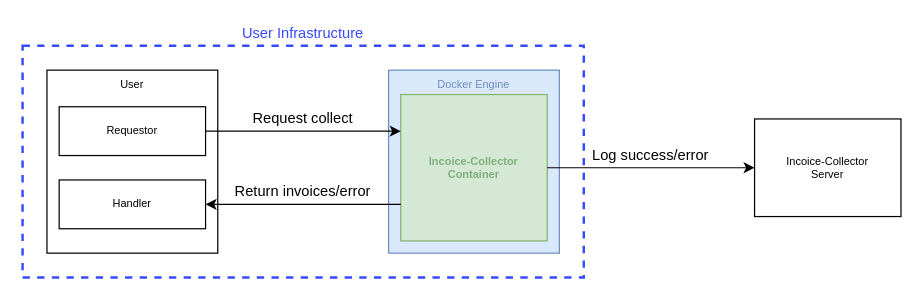
This is docs/docs/sequence_diagram/infra.drawio from invoice-collector/website, a draw.io file, before an edit. Source tidied: cells renumbered, new cells numbered last; positions are measured from the earlier drawing's top-left corner, leaving out a move shared by most shapes. Both pictures are drawn from the tidied source at 122%, with x=0, y=0 at pixel (22, 21).
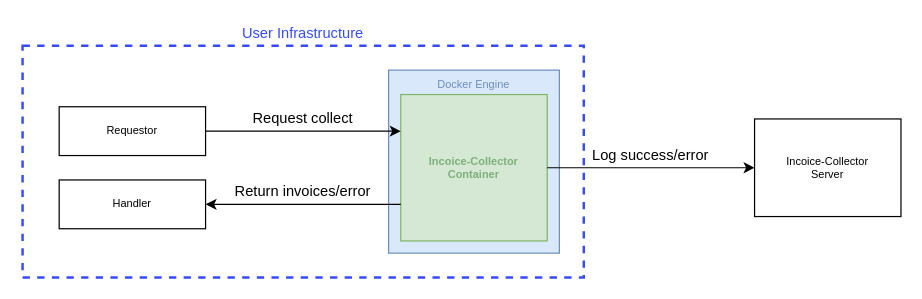
The same diagram, later.

Change to the diagram source:
```diff
@@
 <mxGraphModel>
   <root>
     <mxCell id="0" />
     <mxCell id="1" parent="0" />
     <mxCell id="2" style="whiteSpace=wrap;html=1;fillColor=none;strokeColor=#364AFF;rounded=0;arcSize=8;dashed=1;strokeWidth=2;" parent="1" vertex="1">
       <mxGeometry y="20" width="460" height="190" as="geometry" />
     </mxCell>
-    <mxCell id="3" value="User" style="rounded=0;whiteSpace=wrap;html=1;fontSize=9;verticalAlign=top;" parent="1" vertex="1">
-      <mxGeometry x="20" y="40" width="140" height="150" as="geometry" />
-    </mxCell>
     <mxCell id="4" value="&lt;font style=&quot;&quot; color=&quot;#6c8ebf&quot;&gt;Docker Engine&lt;/font&gt;" style="rounded=0;whiteSpace=wrap;html=1;fontSize=9;fillColor=#dae8fc;strokeColor=#6c8ebf;verticalAlign=top;" parent="1" vertex="1">
       <mxGeometry x="300" y="40" width="140" height="150" as="geometry" />
     </mxCell>
     <mxCell id="5" value="Requestor" style="rounded=0;whiteSpace=wrap;html=1;fontSize=9;" parent="1" vertex="1">
       <mxGeometry x="30" y="70" width="120" height="40" as="geometry" />
     </mxCell>
     <mxCell id="6" value="&lt;font color=&quot;#7db07b&quot;&gt;&lt;b&gt;Incoice-Collector&lt;br style=&quot;border-color: var(--border-color);&quot;&gt;Container&lt;/b&gt;&lt;/font&gt;" style="rounded=0;whiteSpace=wrap;html=1;fontSize=9;fillColor=#d5e8d4;strokeColor=#82b366;verticalAlign=middle;" parent="1" vertex="1">
       <mxGeometry x="310" y="60" width="120" height="120" as="geometry" />
     </mxCell>
     <mxCell id="7" value="Incoice-Collector&lt;br style=&quot;font-size: 9px;&quot;&gt;Server" style="rounded=0;whiteSpace=wrap;html=1;fontSize=9;" parent="1" vertex="1">
       <mxGeometry x="600" y="80" width="120" height="80" as="geometry" />
     </mxCell>
     <mxCell id="8" value="&lt;font&gt;User Infrastructure&lt;/font&gt;" style="text;strokeColor=none;align=center;fillColor=none;html=1;verticalAlign=middle;whiteSpace=wrap;rounded=0;fontColor=#364AFF;" parent="1" vertex="1">
       <mxGeometry x="10" width="440" height="20" as="geometry" />
     </mxCell>
     <mxCell id="9" style="edgeStyle=none;jettySize=auto;html=1;entryX=0;entryY=0.25;entryDx=0;entryDy=0;exitX=1;exitY=0.5;exitDx=0;exitDy=0;" parent="1" edge="1" source="5" target="6">
       <mxGeometry relative="1" as="geometry" />
     </mxCell>
     <mxCell id="10" style="edgeStyle=none;jettySize=auto;html=1;entryX=1;entryY=0.5;entryDx=0;entryDy=0;exitX=0;exitY=0.75;exitDx=0;exitDy=0;" parent="1" edge="1" source="6" target="15">
       <mxGeometry relative="1" as="geometry" />
     </mxCell>
     <mxCell id="11" style="edgeStyle=none;jettySize=auto;html=1;entryX=0;entryY=0.5;entryDx=0;entryDy=0;exitX=1;exitY=0.5;exitDx=0;exitDy=0;" parent="1" edge="1" source="6" target="7">
       <mxGeometry relative="1" as="geometry" />
     </mxCell>
     <mxCell id="12" value="Request collect" style="text;strokeColor=none;align=center;fillColor=none;html=1;verticalAlign=middle;whiteSpace=wrap;rounded=0;" parent="1" vertex="1">
       <mxGeometry x="150" y="70" width="160" height="20" as="geometry" />
     </mxCell>
     <mxCell id="13" value="Return invoices/error" style="text;strokeColor=none;align=center;fillColor=none;html=1;verticalAlign=middle;whiteSpace=wrap;rounded=0;" parent="1" vertex="1">
       <mxGeometry x="150" y="130" width="160" height="20" as="geometry" />
     </mxCell>
     <mxCell id="14" value="Log success/error" style="text;strokeColor=none;align=center;fillColor=none;html=1;verticalAlign=middle;whiteSpace=wrap;rounded=0;" parent="1" vertex="1">
       <mxGeometry x="430" y="100" width="170" height="20" as="geometry" />
     </mxCell>
     <mxCell id="15" value="Handler" style="rounded=0;whiteSpace=wrap;html=1;fontSize=9;" parent="1" vertex="1">
       <mxGeometry x="30" y="130" width="120" height="40" as="geometry" />
     </mxCell>
   </root>
 </mxGraphModel>
```
